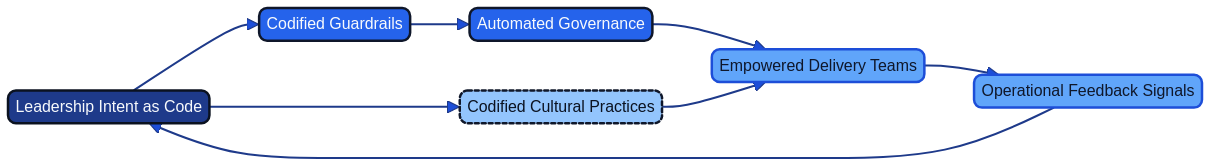
Before: docs/images/diagram_19_mac_operating_model.png, a diagram exported from Mermaid (Geonitab/architecture_as_code). Its source is kept beside it as docs/images/diagram_19_mac_operating_model.mmd. The source it was exported from:
```mermaid
flowchart LR
    Intent[Leadership Intent as Code]:::kv-primary
    Guardrails[Codified Guardrails]:::kv-accent
    Automation[Automated Governance]:::kv-accent
    Teams[Empowered Delivery Teams]:::kv-highlight
    Feedback[Operational Feedback Signals]:::kv-highlight
    Culture[Codified Cultural Practices]:::kv-pattern

    Intent --> Guardrails
    Guardrails --> Automation
    Automation --> Teams
    Teams --> Feedback
    Feedback --> Intent
    Intent --> Culture
    Culture --> Teams
```
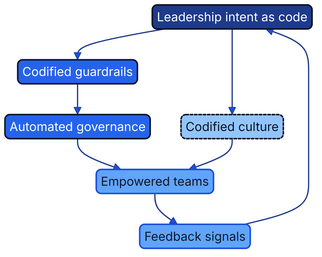
After the change.

Change to the diagram source:
```diff
@@ -1,10 +1,10 @@
-flowchart LR
-    Intent[Leadership Intent as Code]:::kv-primary
-    Guardrails[Codified Guardrails]:::kv-accent
-    Automation[Automated Governance]:::kv-accent
-    Teams[Empowered Delivery Teams]:::kv-highlight
-    Feedback[Operational Feedback Signals]:::kv-highlight
-    Culture[Codified Cultural Practices]:::kv-pattern
+flowchart TB
+    Intent[Leadership intent as code]:::kv-primary
+    Guardrails[Codified guardrails]:::kv-accent
+    Automation[Automated governance]:::kv-accent
+    Teams[Empowered teams]:::kv-highlight
+    Feedback[Feedback signals]:::kv-highlight
+    Culture[Codified culture]:::kv-pattern
 
     Intent --> Guardrails
     Guardrails --> Automation
```
